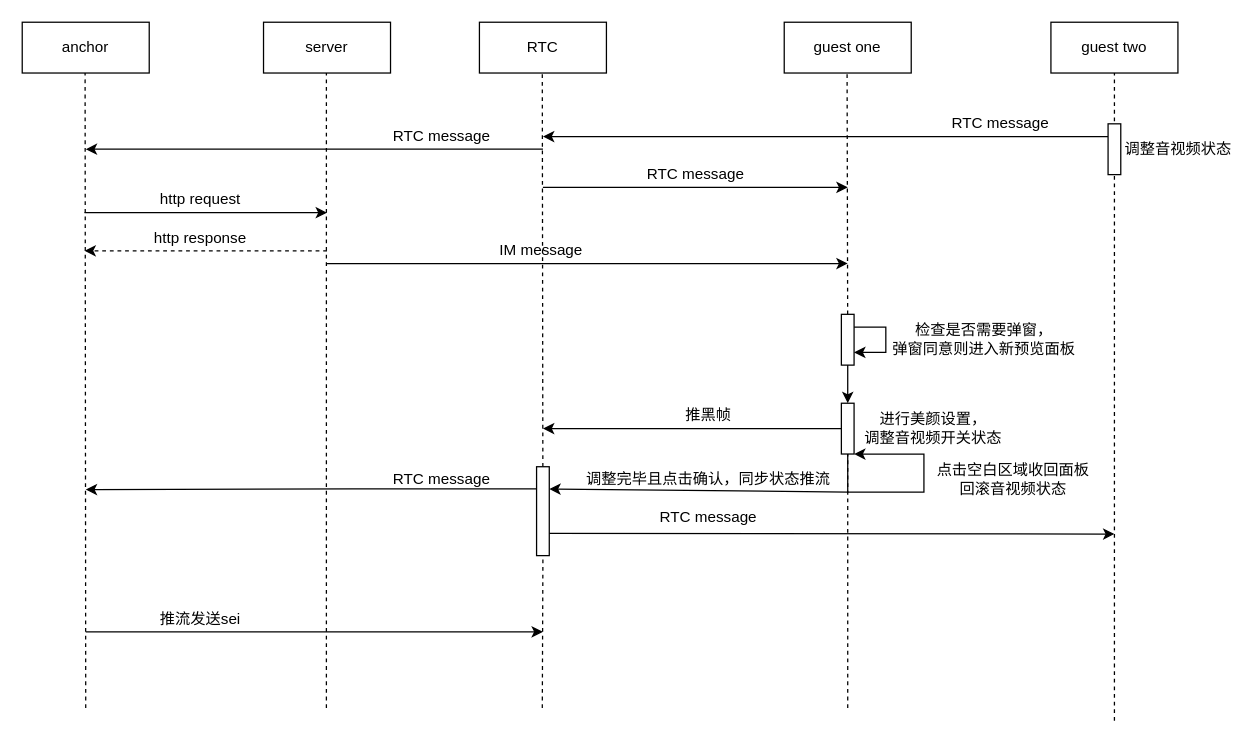
This is 未命名绘图.drawio from novice12hz3/noteImg, a draw.io file, before an edit. Source tidied: cells renumbered, new cells numbered last; positions are measured from the earlier drawing's top-left corner, leaving out a move shared by most shapes. Both pictures are drawn from the tidied source at 127%, with x=0, y=0 at pixel (22, 22).
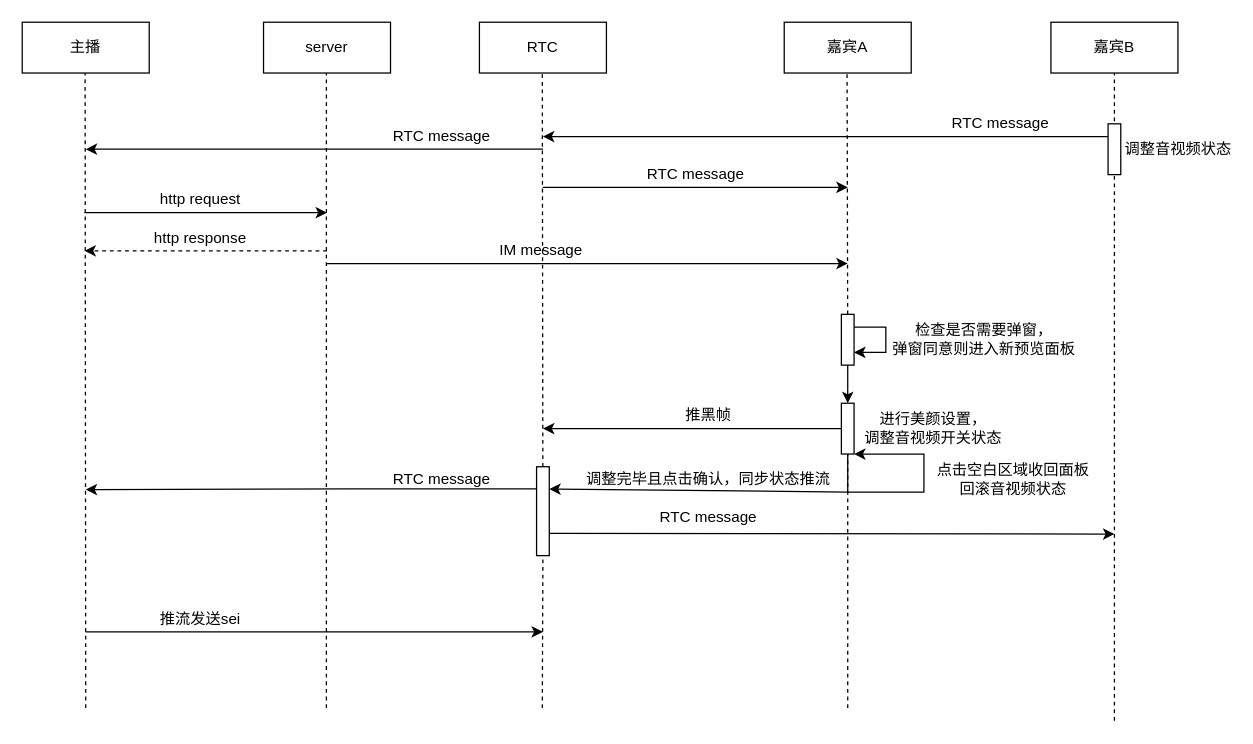
After the change.

Commit message (it also covers changes not shown here):
更新未命名绘图.drawio

The edit, as a diff of the source:
```diff
@@
-    <mxCell id="2" value="anchor" style="rounded=0;whiteSpace=wrap;html=1;" parent="1" vertex="1">
+    <mxCell id="2" value="主播" style="rounded=0;whiteSpace=wrap;html=1;" parent="1" vertex="1">
       <mxGeometry width="100" height="40" as="geometry" />
     </mxCell>
@@
-    <mxCell id="5" value="guest one" style="rounded=0;whiteSpace=wrap;html=1;" parent="1" vertex="1">
+    <mxCell id="5" value="嘉宾A" style="rounded=0;whiteSpace=wrap;html=1;" parent="1" vertex="1">
       <mxGeometry x="600" width="100" height="40" as="geometry" />
     </mxCell>
@@
-    <mxCell id="35" value="guest two" style="rounded=0;whiteSpace=wrap;html=1;" parent="1" vertex="1">
+    <mxCell id="35" value="嘉宾B" style="rounded=0;whiteSpace=wrap;html=1;" parent="1" vertex="1">
       <mxGeometry x="810" width="100" height="40" as="geometry" />
     </mxCell>
```
